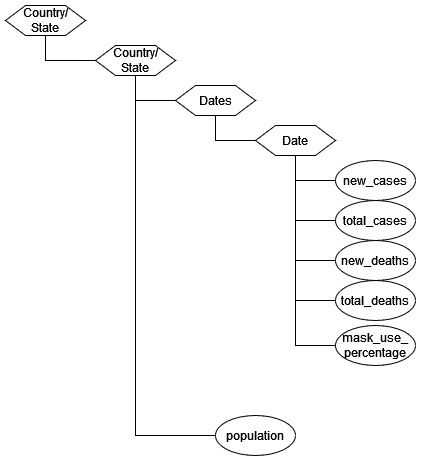
Before: final/assets/modelo-logico-hierarquico.png, a diagram exported from draw.io (vinidantas98/MC536-Trabalho-Final). Source tidied: cells renumbered, new cells last; positions are measured from the earlier drawing's top-left corner, leaving out a move shared by most shapes.
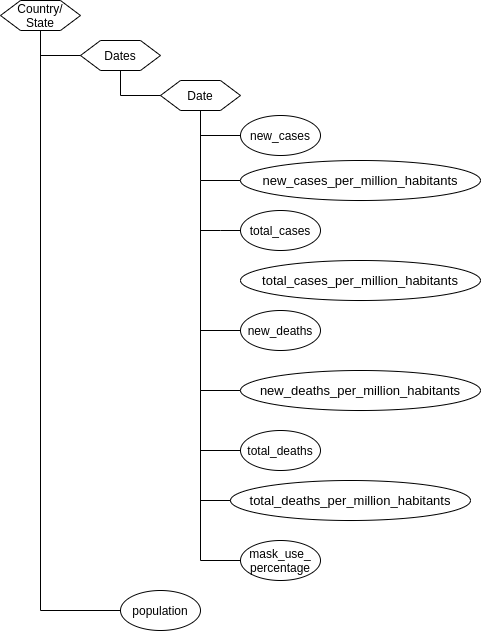
After the commit.

The edit, as a diff of the source:
```diff
@@ -1,4 +1,4 @@
-<mxGraphModel background="#ffffff">
+<mxGraphModel>
   <root>
     <mxCell id="0" />
     <mxCell id="1" parent="0" />
@@ -25,86 +25,112 @@
         </Array>
       </mxGeometry>
     </mxCell>
-    <mxCell id="7" style="endArrow=none;html=1;rounded=0;" parent="1" edge="1" target="4">
-      <mxGeometry relative="1" as="geometry">
-        <mxPoint x="330" y="175" as="sourcePoint" />
-        <Array as="points">
-          <mxPoint x="290" y="175" />
-        </Array>
-      </mxGeometry>
-    </mxCell>
-    <mxCell id="8" style="endArrow=none;html=1;rounded=0;exitX=0;exitY=0.5;exitDx=0;exitDy=0;" parent="1" edge="1">
-      <mxGeometry relative="1" as="geometry">
-        <mxPoint x="330" y="215" as="sourcePoint" />
-        <mxPoint x="290" y="170" as="targetPoint" />
-        <Array as="points">
-          <mxPoint x="290" y="215" />
-        </Array>
-      </mxGeometry>
-    </mxCell>
-    <mxCell id="9" style="endArrow=none;html=1;rounded=0;exitX=0;exitY=0.5;exitDx=0;exitDy=0;" parent="1" edge="1">
-      <mxGeometry relative="1" as="geometry">
-        <mxPoint x="330" y="255" as="sourcePoint" />
-        <mxPoint x="290" y="210" as="targetPoint" />
-        <Array as="points">
-          <mxPoint x="290" y="255" />
-        </Array>
-      </mxGeometry>
-    </mxCell>
-    <mxCell id="10" style="endArrow=none;html=1;rounded=0;exitX=0;exitY=0.5;exitDx=0;exitDy=0;" parent="1" edge="1">
-      <mxGeometry relative="1" as="geometry">
-        <mxPoint x="330" y="295" as="sourcePoint" />
-        <mxPoint x="290" y="250" as="targetPoint" />
-        <Array as="points">
-          <mxPoint x="290" y="295" />
-        </Array>
-      </mxGeometry>
-    </mxCell>
-    <mxCell id="11" style="endArrow=none;html=1;rounded=0;exitX=0;exitY=0.5;exitDx=0;exitDy=0;" parent="1" edge="1">
-      <mxGeometry relative="1" as="geometry">
-        <mxPoint x="330" y="340" as="sourcePoint" />
-        <mxPoint x="290" y="290" as="targetPoint" />
-        <Array as="points">
-          <mxPoint x="290" y="340" />
-        </Array>
-      </mxGeometry>
-    </mxCell>
+    <mxCell id="21" style="endArrow=none;html=1;rounded=0;" parent="1" edge="1" target="4">
+      <mxGeometry relative="1" as="geometry">
+        <mxPoint x="330" y="175" as="sourcePoint" />
+        <Array as="points">
+          <mxPoint x="290" y="175" />
+        </Array>
+      </mxGeometry>
+    </mxCell>
+    <mxCell id="22" style="endArrow=none;html=1;rounded=0;exitX=0;exitY=0.5;exitDx=0;exitDy=0;" parent="1" edge="1" source="13">
+      <mxGeometry relative="1" as="geometry">
+        <mxPoint x="290" y="220" as="targetPoint" />
+        <Array as="points">
+          <mxPoint x="310" y="270" />
+          <mxPoint x="290" y="270" />
+          <mxPoint x="290" y="330" />
+        </Array>
+      </mxGeometry>
+    </mxCell>
+    <mxCell id="23" style="endArrow=none;html=1;rounded=0;exitX=0;exitY=0.5;exitDx=0;exitDy=0;" parent="1" edge="1">
+      <mxGeometry relative="1" as="geometry">
+        <mxPoint x="330" y="370" as="sourcePoint" />
+        <mxPoint x="290" y="325" as="targetPoint" />
+        <Array as="points">
+          <mxPoint x="290" y="370" />
+        </Array>
+      </mxGeometry>
+    </mxCell>
+    <mxCell id="24" style="endArrow=none;html=1;rounded=0;exitX=0;exitY=0.5;exitDx=0;exitDy=0;" parent="1" edge="1" source="30">
+      <mxGeometry relative="1" as="geometry">
+        <mxPoint x="290" y="365" as="targetPoint" />
+        <Array as="points">
+          <mxPoint x="290" y="430" />
+        </Array>
+      </mxGeometry>
+    </mxCell>
+    <mxCell id="25" style="endArrow=none;html=1;rounded=0;exitX=0;exitY=0.5;exitDx=0;exitDy=0;" parent="1" edge="1">
+      <mxGeometry relative="1" as="geometry">
+        <mxPoint x="330" y="600" as="sourcePoint" />
+        <mxPoint x="290" y="490" as="targetPoint" />
+        <Array as="points">
+          <mxPoint x="290" y="600" />
+        </Array>
+      </mxGeometry>
+    </mxCell>
     <mxCell id="12" value="new_deaths" style="ellipse;whiteSpace=wrap;html=1;" parent="1" vertex="1">
-      <mxGeometry x="330" y="235" width="80" height="40" as="geometry" />
+      <mxGeometry x="330" y="350" width="80" height="40" as="geometry" />
     </mxCell>
     <mxCell id="13" value="total_cases" style="ellipse;whiteSpace=wrap;html=1;" parent="1" vertex="1">
-      <mxGeometry x="330" y="195" width="80" height="40" as="geometry" />
+      <mxGeometry x="330" y="250" width="80" height="40" as="geometry" />
     </mxCell>
     <mxCell id="14" value="new_cases" style="ellipse;whiteSpace=wrap;html=1;" parent="1" vertex="1">
       <mxGeometry x="330" y="155" width="80" height="40" as="geometry" />
     </mxCell>
     <mxCell id="15" value="total_deaths" style="ellipse;whiteSpace=wrap;html=1;" parent="1" vertex="1">
-      <mxGeometry x="330" y="275" width="80" height="40" as="geometry" />
+      <mxGeometry x="330" y="470" width="80" height="40" as="geometry" />
     </mxCell>
     <mxCell id="16" value="&lt;div&gt;mask_use_&lt;/div&gt;&lt;div&gt;percentage&lt;/div&gt;" style="ellipse;whiteSpace=wrap;html=1;" parent="1" vertex="1">
-      <mxGeometry x="330" y="320" width="80" height="40" as="geometry" />
+      <mxGeometry x="330" y="580" width="80" height="40" as="geometry" />
     </mxCell>
-    <mxCell id="17" style="endArrow=none;html=1;rounded=0;" parent="1" edge="1">
-      <mxGeometry relative="1" as="geometry">
-        <mxPoint x="210" y="430" as="sourcePoint" />
-        <mxPoint x="130" y="90" as="targetPoint" />
-        <Array as="points">
-          <mxPoint x="130" y="430" />
-        </Array>
-      </mxGeometry>
-    </mxCell>
+    <mxCell id="26" style="endArrow=none;html=1;rounded=0;exitX=0;exitY=0.5;exitDx=0;exitDy=0;" parent="1" edge="1" source="18">
+      <mxGeometry relative="1" as="geometry">
+        <mxPoint x="130" y="90" as="targetPoint" />
+        <Array as="points">
+          <mxPoint x="130" y="650" />
+        </Array>
+      </mxGeometry>
+    </mxCell>
     <mxCell id="18" value="population" style="ellipse;whiteSpace=wrap;html=1;" parent="1" vertex="1">
-      <mxGeometry x="210" y="410" width="80" height="40" as="geometry" />
+      <mxGeometry x="210" y="630" width="80" height="40" as="geometry" />
     </mxCell>
-    <mxCell id="19" value="&lt;div&gt;Country/&lt;/div&gt;&lt;div&gt;State&lt;/div&gt;" style="shape=hexagon;perimeter=hexagonPerimeter2;whiteSpace=wrap;html=1;fixedSize=1;" parent="1" vertex="1">
-      <mxGeometry width="80" height="30" as="geometry" />
-    </mxCell>
-    <mxCell id="20" style="endArrow=none;html=1;rounded=0;exitX=0.5;exitY=1;exitDx=0;exitDy=0;entryX=0;entryY=0.5;entryDx=0;entryDy=0;" parent="1" edge="1" source="19" target="2">
-      <mxGeometry relative="1" as="geometry">
-        <Array as="points">
-          <mxPoint x="40" y="55" />
-        </Array>
-      </mxGeometry>
-    </mxCell>
+    <mxCell id="27" style="endArrow=none;html=1;rounded=0;" parent="1" edge="1">
+      <mxGeometry relative="1" as="geometry">
+        <mxPoint x="330" y="220" as="sourcePoint" />
+        <mxPoint x="290" y="170" as="targetPoint" />
+        <Array as="points">
+          <mxPoint x="290" y="220" />
+        </Array>
+      </mxGeometry>
+    </mxCell>
+    <mxCell id="28" value="&lt;span style=&quot;font-family: &amp;#34;arial&amp;#34; ; font-size: 13px ; text-align: left ; background-color: rgb(255 , 255 , 255)&quot;&gt;new_cases_per_million_habitants&lt;/span&gt;" style="ellipse;whiteSpace=wrap;html=1;" parent="1" vertex="1">
+      <mxGeometry x="330" y="200" width="240" height="40" as="geometry" />
+    </mxCell>
+    <mxCell id="29" value="&lt;span style=&quot;font-family: &amp;#34;arial&amp;#34; ; font-size: 13px ; text-align: left ; background-color: rgb(255 , 255 , 255)&quot;&gt;total_cases_per_million_habitants&lt;/span&gt;" style="ellipse;whiteSpace=wrap;html=1;" parent="1" vertex="1">
+      <mxGeometry x="330" y="300" width="240" height="40" as="geometry" />
+    </mxCell>
+    <mxCell id="30" value="&lt;span style=&quot;font-family: &amp;#34;arial&amp;#34; ; font-size: 13px ; text-align: left ; background-color: rgb(255 , 255 , 255)&quot;&gt;new_deaths_per_million_habitants&lt;/span&gt;" style="ellipse;whiteSpace=wrap;html=1;" parent="1" vertex="1">
+      <mxGeometry x="330" y="410" width="240" height="40" as="geometry" />
+    </mxCell>
+    <mxCell id="31" style="endArrow=none;html=1;rounded=0;exitX=0;exitY=0.5;exitDx=0;exitDy=0;" parent="1" edge="1" source="15">
+      <mxGeometry relative="1" as="geometry">
+        <mxPoint x="290" y="430" as="targetPoint" />
+        <Array as="points">
+          <mxPoint x="290" y="490" />
+        </Array>
+      </mxGeometry>
+    </mxCell>
+    <mxCell id="32" value="&lt;span style=&quot;font-family: &amp;#34;arial&amp;#34; ; font-size: 13px ; text-align: left ; background-color: rgb(255 , 255 , 255)&quot;&gt;total_deaths_per_million_habitants&lt;/span&gt;" style="ellipse;whiteSpace=wrap;html=1;" parent="1" vertex="1">
+      <mxGeometry x="320" y="520" width="240" height="40" as="geometry" />
+    </mxCell>
+    <mxCell id="33" style="endArrow=none;html=1;rounded=0;exitX=0;exitY=0.5;exitDx=0;exitDy=0;" parent="1" edge="1" source="32">
+      <mxGeometry relative="1" as="geometry">
+        <mxPoint x="290" y="430" as="targetPoint" />
+        <Array as="points">
+          <mxPoint x="290" y="540" />
+        </Array>
+      </mxGeometry>
+    </mxCell>
   </root>
 </mxGraphModel>
```
